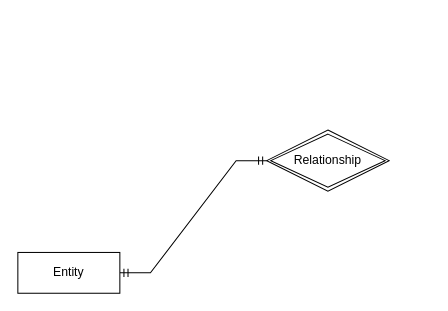
Above: Диаграмма без названия.drawio in samat-rt/drawio (draw.io), before the change. Source tidied: cells renumbered, new cells numbered last; positions are measured from the earlier drawing's top-left corner, leaving out a move shared by most shapes. Both pictures are drawn from the tidied source at 102%, with x=0, y=0 at pixel (17, 130).
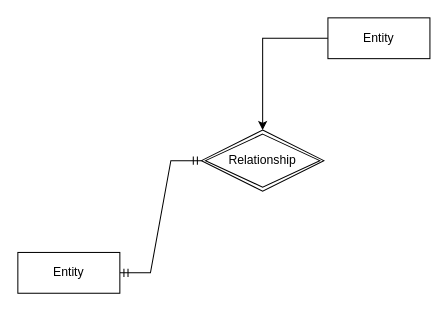
Above is the later version.

Change to the diagram source:
```diff
@@
 <mxGraphModel>
   <root>
     <mxCell id="0" />
     <mxCell id="1" parent="0" />
     <mxCell id="2" value="Relationship" style="shape=rhombus;double=1;perimeter=rhombusPerimeter;whiteSpace=wrap;html=1;align=center;" parent="1" vertex="1">
-      <mxGeometry x="244" width="120" height="60" as="geometry" />
+      <mxGeometry x="180" width="120" height="60" as="geometry" />
     </mxCell>
     <mxCell id="3" style="edgeStyle=entityRelationEdgeStyle;fontSize=12;html=1;endArrow=ERmandOne;startArrow=ERmandOne;rounded=0;entryX=0;entryY=0.5;entryDx=0;entryDy=0;exitX=1;exitY=0.5;exitDx=0;exitDy=0;" parent="1" edge="1" source="4" target="2">
       <mxGeometry relative="1" as="geometry" />
     </mxCell>
     <mxCell id="4" value="Entity" style="whiteSpace=wrap;html=1;align=center;" parent="1" vertex="1">
       <mxGeometry y="120" width="100" height="40" as="geometry" />
     </mxCell>
+    <mxCell id="5" style="edgeStyle=orthogonalEdgeStyle;rounded=0;jettySize=auto;html=1;entryX=0.5;entryY=0;entryDx=0;entryDy=0;" parent="1" edge="1" source="6" target="2">
+      <mxGeometry relative="1" as="geometry" />
+    </mxCell>
+    <mxCell id="6" value="Entity" style="whiteSpace=wrap;html=1;align=center;" parent="1" vertex="1">
+      <mxGeometry x="304" y="-110" width="100" height="40" as="geometry" />
+    </mxCell>
   </root>
 </mxGraphModel>
```
